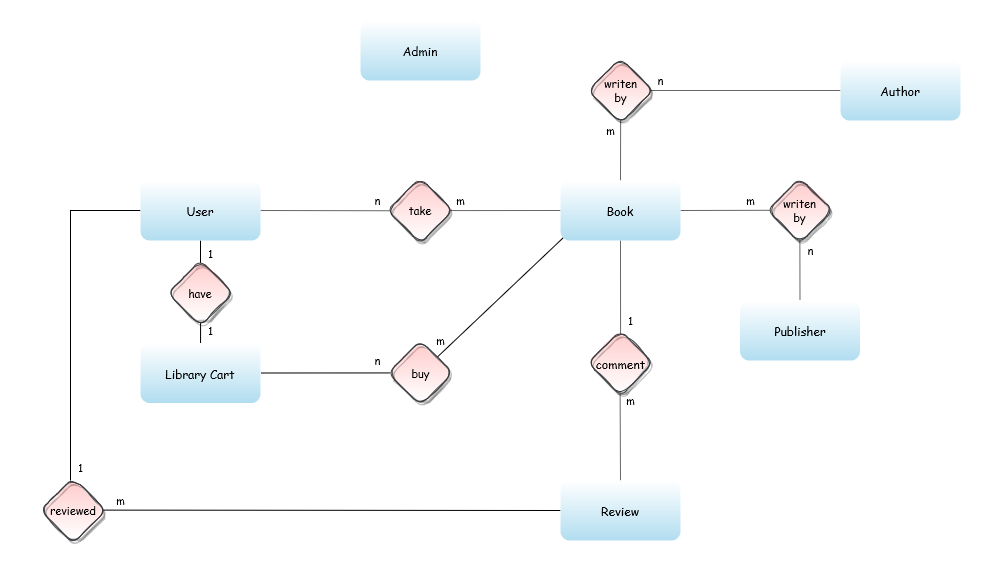
Before: ER.png, a diagram exported from draw.io (hamzajashari/Library-Managment-System). Source tidied: cells renumbered, new cells last; positions are measured from the earlier drawing's top-left corner, leaving out a move shared by most shapes. The source it was exported from:
```xml
<mxGraphModel>
  <root>
    <mxCell id="0" />
    <mxCell id="1" parent="0" />
    <mxCell id="2" style="rounded=0;whiteSpace=wrap;html=1;shadow=0;glass=0;dashed=1;labelBackgroundColor=none;labelBorderColor=none;sketch=0;fontFamily=Comic Sans MS;fontSize=11;strokeWidth=1;fillColor=#FFFFFF;gradientColor=none;gradientDirection=north;strokeColor=none;" parent="1" vertex="1">
      <mxGeometry width="990" height="570" as="geometry" />
    </mxCell>
    <mxCell id="3" style="edgeStyle=orthogonalEdgeStyle;rounded=0;jettySize=auto;html=1;labelBackgroundColor=none;labelBorderColor=none;fontFamily=Comic Sans MS;fontSize=11;endArrow=none;endFill=0;entryX=0.458;entryY=0.042;entryDx=0;entryDy=0;entryPerimeter=0;" parent="1" edge="1" target="18">
      <mxGeometry relative="1" as="geometry">
        <mxPoint x="140" y="210" as="sourcePoint" />
      </mxGeometry>
    </mxCell>
    <mxCell id="4" value="Library Cart" style="rounded=1;html=1;fillColor=#b1ddf0;fontFamily=Comic Sans MS;labelBackgroundColor=none;labelBorderColor=none;whiteSpace=wrap;spacingTop=0;strokeColor=none;gradientDirection=north;gradientColor=#ffffff;glass=0;" parent="1" vertex="1">
      <mxGeometry x="140" y="342.5" width="120" height="60" as="geometry" />
    </mxCell>
    <mxCell id="5" style="rounded=0;jettySize=auto;html=1;entryX=1;entryY=0.5;entryDx=0;entryDy=0;fillColor=#f5f5f5;strokeColor=#666666;endArrow=none;endFill=0;fontFamily=Comic Sans MS;labelBackgroundColor=none;labelBorderColor=none;spacingTop=0;exitX=0.046;exitY=0.504;exitDx=0;exitDy=0;exitPerimeter=0;" parent="1" edge="1" source="41">
      <mxGeometry relative="1" as="geometry">
        <mxPoint x="260" y="210" as="targetPoint" />
      </mxGeometry>
    </mxCell>
    <mxCell id="6" style="edgeStyle=none;rounded=0;jettySize=auto;html=1;entryX=0;entryY=0.5;entryDx=0;entryDy=0;fillColor=#f5f5f5;strokeColor=#666666;endArrow=none;endFill=0;fontFamily=Comic Sans MS;labelBackgroundColor=none;labelBorderColor=none;spacingTop=0;exitX=0.959;exitY=0.501;exitDx=0;exitDy=0;exitPerimeter=0;" parent="1" edge="1" source="41">
      <mxGeometry relative="1" as="geometry">
        <mxPoint x="560" y="210" as="targetPoint" />
      </mxGeometry>
    </mxCell>
    <mxCell id="7" style="edgeStyle=none;rounded=0;jettySize=auto;html=1;entryX=0.5;entryY=0;entryDx=0;entryDy=0;exitX=0.502;exitY=0.946;exitDx=0;exitDy=0;fillColor=#f5f5f5;strokeColor=#666666;endArrow=none;endFill=0;fontFamily=Comic Sans MS;labelBackgroundColor=none;labelBorderColor=none;spacingTop=0;exitPerimeter=0;" parent="1" edge="1" source="42">
      <mxGeometry relative="1" as="geometry">
        <mxPoint x="620" y="180" as="targetPoint" />
      </mxGeometry>
    </mxCell>
    <mxCell id="8" style="edgeStyle=none;rounded=0;jettySize=auto;html=1;entryX=0;entryY=0.5;entryDx=0;entryDy=0;fillColor=#f5f5f5;strokeColor=#666666;endArrow=none;endFill=0;fontFamily=Comic Sans MS;labelBackgroundColor=none;labelBorderColor=none;spacingTop=0;exitX=0.968;exitY=0.5;exitDx=0;exitDy=0;exitPerimeter=0;" parent="1" edge="1" source="42">
      <mxGeometry relative="1" as="geometry">
        <mxPoint x="840" y="90" as="targetPoint" />
      </mxGeometry>
    </mxCell>
    <mxCell id="9" style="edgeStyle=none;rounded=0;jettySize=auto;html=1;entryX=1;entryY=0.5;entryDx=0;entryDy=0;fillColor=#f5f5f5;strokeColor=#666666;endArrow=none;endFill=0;fontFamily=Comic Sans MS;labelBackgroundColor=none;labelBorderColor=none;spacingTop=0;exitX=0.044;exitY=0.497;exitDx=0;exitDy=0;exitPerimeter=0;" parent="1" edge="1" source="43">
      <mxGeometry relative="1" as="geometry">
        <mxPoint x="680" y="210" as="targetPoint" />
      </mxGeometry>
    </mxCell>
    <mxCell id="10" style="edgeStyle=none;rounded=0;jettySize=auto;html=1;entryX=0.5;entryY=0;entryDx=0;entryDy=0;fillColor=#f5f5f5;strokeColor=#666666;endArrow=none;endFill=0;fontFamily=Comic Sans MS;labelBackgroundColor=none;labelBorderColor=none;spacingTop=0;exitX=0.498;exitY=0.959;exitDx=0;exitDy=0;exitPerimeter=0;" parent="1" edge="1" source="43">
      <mxGeometry relative="1" as="geometry">
        <mxPoint x="799.5" y="300" as="targetPoint" />
      </mxGeometry>
    </mxCell>
    <mxCell id="11" style="edgeStyle=none;rounded=0;jettySize=auto;html=1;entryX=0.5;entryY=1;entryDx=0;entryDy=0;fillColor=#f5f5f5;strokeColor=#666666;endArrow=none;endFill=0;fontFamily=Comic Sans MS;labelBackgroundColor=none;labelBorderColor=none;spacingTop=0;exitX=0.501;exitY=0.058;exitDx=0;exitDy=0;exitPerimeter=0;" parent="1" edge="1" source="44">
      <mxGeometry relative="1" as="geometry">
        <mxPoint x="620" y="240" as="targetPoint" />
      </mxGeometry>
    </mxCell>
    <mxCell id="12" style="edgeStyle=none;rounded=0;jettySize=auto;html=1;entryX=0.5;entryY=0;entryDx=0;entryDy=0;fillColor=#f5f5f5;strokeColor=#666666;endArrow=none;endFill=0;fontFamily=Comic Sans MS;labelBackgroundColor=none;labelBorderColor=none;spacingTop=0;exitX=0.494;exitY=0.964;exitDx=0;exitDy=0;exitPerimeter=0;" parent="1" edge="1" source="44">
      <mxGeometry relative="1" as="geometry">
        <mxPoint x="620" y="480" as="targetPoint" />
      </mxGeometry>
    </mxCell>
    <mxCell id="13" style="edgeStyle=none;rounded=0;jettySize=auto;html=1;entryX=0.024;entryY=0.952;entryDx=0;entryDy=0;labelBackgroundColor=none;labelBorderColor=none;fontFamily=Comic Sans MS;endArrow=none;endFill=0;entryPerimeter=0;" parent="1" edge="1" target="38">
      <mxGeometry relative="1" as="geometry">
        <mxPoint x="436.7" y="356.7" as="sourcePoint" />
      </mxGeometry>
    </mxCell>
    <mxCell id="14" style="edgeStyle=none;rounded=0;jettySize=auto;html=1;entryX=1;entryY=0.5;entryDx=0;entryDy=0;labelBackgroundColor=none;labelBorderColor=none;fontFamily=Comic Sans MS;endArrow=none;endFill=0;exitX=0.039;exitY=0.499;exitDx=0;exitDy=0;exitPerimeter=0;" parent="1" edge="1" source="39" target="4">
      <mxGeometry relative="1" as="geometry" />
    </mxCell>
    <mxCell id="15" style="edgeStyle=none;rounded=0;jettySize=auto;html=1;labelBackgroundColor=none;labelBorderColor=none;fontFamily=Comic Sans MS;endArrow=none;endFill=0;exitX=0.004;exitY=0.124;exitDx=0;exitDy=0;exitPerimeter=0;" parent="1" edge="1" source="29" target="4">
      <mxGeometry relative="1" as="geometry" />
    </mxCell>
    <mxCell id="16" style="edgeStyle=none;rounded=0;jettySize=auto;html=1;labelBackgroundColor=none;labelBorderColor=none;fontFamily=Comic Sans MS;endArrow=none;endFill=0;exitX=0;exitY=0.989;exitDx=0;exitDy=0;exitPerimeter=0;" parent="1" edge="1" source="30">
      <mxGeometry relative="1" as="geometry">
        <mxPoint x="200" y="240" as="targetPoint" />
      </mxGeometry>
    </mxCell>
    <mxCell id="17" style="edgeStyle=none;rounded=0;jettySize=auto;html=1;labelBackgroundColor=none;labelBorderColor=none;fontFamily=Comic Sans MS;fontSize=11;endArrow=none;endFill=0;exitX=0.946;exitY=0.494;exitDx=0;exitDy=0;exitPerimeter=0;" parent="1" edge="1" source="18">
      <mxGeometry relative="1" as="geometry">
        <mxPoint x="560" y="510" as="targetPoint" />
      </mxGeometry>
    </mxCell>
    <mxCell id="18" value="reviewed" style="rhombus;html=1;fillColor=#ffcccc;strokeColor=#36393d;fontFamily=Comic Sans MS;labelBackgroundColor=none;labelBorderColor=none;whiteSpace=wrap;spacingTop=0;fontSize=11;rounded=1;shadow=1;sketch=1;gradientColor=#ffffff;" parent="1" vertex="1">
      <mxGeometry x="40" y="477.2" width="65.5" height="65.5" as="geometry" />
    </mxCell>
    <mxCell id="19" value="n" style="text;html=1;align=center;verticalAlign=middle;strokeColor=none;fillColor=none;fontSize=11;fontFamily=Comic Sans MS;" parent="1" vertex="1">
      <mxGeometry x="650" y="70" width="20" height="20" as="geometry" />
    </mxCell>
    <mxCell id="20" value="m" style="text;html=1;align=center;verticalAlign=middle;strokeColor=none;fillColor=none;fontSize=11;fontFamily=Comic Sans MS;" parent="1" vertex="1">
      <mxGeometry x="600" y="120" width="20" height="20" as="geometry" />
    </mxCell>
    <mxCell id="21" value="m" style="text;html=1;align=center;verticalAlign=middle;strokeColor=none;fillColor=none;fontSize=11;fontFamily=Comic Sans MS;" parent="1" vertex="1">
      <mxGeometry x="740" y="190" width="20" height="20" as="geometry" />
    </mxCell>
    <mxCell id="22" value="n" style="text;html=1;align=center;verticalAlign=middle;strokeColor=none;fillColor=none;fontSize=11;fontFamily=Comic Sans MS;" parent="1" vertex="1">
      <mxGeometry x="800" y="240" width="20" height="20" as="geometry" />
    </mxCell>
    <mxCell id="23" value="m" style="text;html=1;align=center;verticalAlign=middle;strokeColor=none;fillColor=none;fontSize=11;fontFamily=Comic Sans MS;" parent="1" vertex="1">
      <mxGeometry x="620" y="390" width="20" height="20" as="geometry" />
    </mxCell>
    <mxCell id="24" value="1" style="text;html=1;align=center;verticalAlign=middle;strokeColor=none;fillColor=none;fontSize=11;fontFamily=Comic Sans MS;" parent="1" vertex="1">
      <mxGeometry x="620" y="310" width="20" height="20" as="geometry" />
    </mxCell>
    <mxCell id="25" value="m" style="text;html=1;align=center;verticalAlign=middle;strokeColor=none;fillColor=none;fontSize=11;fontFamily=Comic Sans MS;" parent="1" vertex="1">
      <mxGeometry x="450" y="190" width="20" height="20" as="geometry" />
    </mxCell>
    <mxCell id="26" value="n" style="text;html=1;align=center;verticalAlign=middle;strokeColor=none;fillColor=none;fontSize=11;fontFamily=Comic Sans MS;" parent="1" vertex="1">
      <mxGeometry x="367" y="190" width="20" height="20" as="geometry" />
    </mxCell>
    <mxCell id="27" value="m" style="text;html=1;align=center;verticalAlign=middle;strokeColor=none;fillColor=none;fontSize=11;fontFamily=Comic Sans MS;" parent="1" vertex="1">
      <mxGeometry x="430" y="330" width="20" height="20" as="geometry" />
    </mxCell>
    <mxCell id="28" value="n" style="text;html=1;align=center;verticalAlign=middle;strokeColor=none;fillColor=none;fontSize=11;fontFamily=Comic Sans MS;" parent="1" vertex="1">
      <mxGeometry x="367" y="350" width="20" height="20" as="geometry" />
    </mxCell>
    <mxCell id="29" value="1" style="text;html=1;align=center;verticalAlign=middle;points=[];strokeColor=none;fillColor=none;fontSize=11;fontFamily=Comic Sans MS;" parent="1" vertex="1">
      <mxGeometry x="200" y="320" width="20" height="20" as="geometry" />
    </mxCell>
    <mxCell id="30" value="1" style="text;html=1;align=center;verticalAlign=middle;points=[];strokeColor=none;fillColor=none;fontSize=11;fontFamily=Comic Sans MS;" parent="1" vertex="1">
      <mxGeometry x="200" y="242.8" width="20" height="20" as="geometry" />
    </mxCell>
    <mxCell id="31" value="m" style="text;html=1;align=center;verticalAlign=middle;strokeColor=none;fillColor=none;fontSize=11;fontFamily=Comic Sans MS;" parent="1" vertex="1">
      <mxGeometry x="110" y="490" width="20" height="20" as="geometry" />
    </mxCell>
    <mxCell id="32" value="1" style="text;html=1;align=center;verticalAlign=middle;strokeColor=none;fillColor=none;fontSize=11;fontFamily=Comic Sans MS;" parent="1" vertex="1">
      <mxGeometry x="70" y="457.2" width="20" height="20" as="geometry" />
    </mxCell>
    <mxCell id="33" value="Author" style="rounded=1;html=1;fillColor=#b1ddf0;fontFamily=Comic Sans MS;labelBackgroundColor=none;labelBorderColor=none;whiteSpace=wrap;spacingTop=0;strokeColor=none;gradientDirection=north;gradientColor=#ffffff;glass=0;" parent="1" vertex="1">
      <mxGeometry x="840" y="60" width="120" height="60" as="geometry" />
    </mxCell>
    <mxCell id="34" value="&lt;div&gt;Admin&lt;/div&gt;" style="rounded=1;html=1;fillColor=#b1ddf0;fontFamily=Comic Sans MS;labelBackgroundColor=none;labelBorderColor=none;whiteSpace=wrap;spacingTop=0;strokeColor=none;gradientDirection=north;gradientColor=#ffffff;glass=0;" parent="1" vertex="1">
      <mxGeometry x="360" y="20" width="120" height="60" as="geometry" />
    </mxCell>
    <mxCell id="35" value="User" style="rounded=1;html=1;fillColor=#b1ddf0;fontFamily=Comic Sans MS;labelBackgroundColor=none;labelBorderColor=none;whiteSpace=wrap;spacingTop=0;strokeColor=none;gradientDirection=north;gradientColor=#ffffff;glass=0;" parent="1" vertex="1">
      <mxGeometry x="140" y="180" width="120" height="60" as="geometry" />
    </mxCell>
    <mxCell id="36" value="Review" style="html=1;fillColor=#b1ddf0;strokeColor=none;fontFamily=Comic Sans MS;labelBackgroundColor=none;labelBorderColor=none;whiteSpace=wrap;spacingTop=0;gradientDirection=north;rounded=1;gradientColor=#ffffff;glass=0;" parent="1" vertex="1">
      <mxGeometry x="560" y="480" width="120" height="60" as="geometry" />
    </mxCell>
    <mxCell id="37" value="Publisher" style="rounded=1;html=1;fillColor=#b1ddf0;fontFamily=Comic Sans MS;labelBackgroundColor=none;labelBorderColor=none;whiteSpace=wrap;spacingTop=0;strokeColor=none;gradientDirection=north;gradientColor=#ffffff;glass=0;" parent="1" vertex="1">
      <mxGeometry x="739.5" y="300" width="120" height="60" as="geometry" />
    </mxCell>
    <mxCell id="38" value="Book" style="rounded=1;html=1;fillColor=#b1ddf0;fontFamily=Comic Sans MS;labelBackgroundColor=none;labelBorderColor=none;whiteSpace=wrap;spacingTop=0;strokeColor=none;gradientDirection=north;gradientColor=#ffffff;glass=0;" parent="1" vertex="1">
      <mxGeometry x="560" y="180" width="120" height="60" as="geometry" />
    </mxCell>
    <mxCell id="39" value="buy" style="rhombus;html=1;fillColor=#ffcccc;strokeColor=#36393d;fontFamily=Comic Sans MS;labelBackgroundColor=none;labelBorderColor=none;whiteSpace=wrap;spacingTop=0;fontSize=11;rounded=1;shadow=1;sketch=1;gradientColor=#ffffff;" parent="1" vertex="1">
      <mxGeometry x="387.5" y="340" width="65" height="65" as="geometry" />
    </mxCell>
    <mxCell id="40" value="have" style="rhombus;html=1;fillColor=#ffcccc;strokeColor=#36393d;fontFamily=Comic Sans MS;labelBackgroundColor=none;labelBorderColor=none;whiteSpace=wrap;spacingTop=0;fontSize=11;rounded=1;shadow=1;sketch=1;gradientColor=#ffffff;" parent="1" vertex="1">
      <mxGeometry x="167.2" y="260" width="65.5" height="65.5" as="geometry" />
    </mxCell>
    <mxCell id="41" value="take" style="rhombus;html=1;fillColor=#ffcccc;strokeColor=#36393d;fontFamily=Comic Sans MS;labelBackgroundColor=none;labelBorderColor=none;whiteSpace=wrap;spacingTop=0;fontSize=11;rounded=1;shadow=1;sketch=1;gradientColor=#ffffff;" parent="1" vertex="1">
      <mxGeometry x="387" y="177.2" width="65.5" height="65.5" as="geometry" />
    </mxCell>
    <mxCell id="42" value="&lt;div style=&quot;font-size: 11px;&quot;&gt;writen&lt;/div&gt;&lt;div style=&quot;font-size: 11px;&quot;&gt;by&lt;br style=&quot;font-size: 11px;&quot;&gt;&lt;/div&gt;" style="rhombus;html=1;fillColor=#ffcccc;strokeColor=#36393d;fontFamily=Comic Sans MS;labelBackgroundColor=none;labelBorderColor=none;whiteSpace=wrap;spacingTop=0;fontSize=11;rounded=1;shadow=1;sketch=1;gradientColor=#ffffff;" parent="1" vertex="1">
      <mxGeometry x="587.5" y="57.5" width="65" height="65" as="geometry" />
    </mxCell>
    <mxCell id="43" value="&lt;div style=&quot;font-size: 11px;&quot;&gt;writen&lt;/div&gt;by" style="rhombus;html=1;fillColor=#ffcccc;strokeColor=#36393d;fontFamily=Comic Sans MS;labelBackgroundColor=none;labelBorderColor=none;whiteSpace=wrap;spacingTop=0;fontSize=11;rounded=1;shadow=1;sketch=1;gradientColor=#ffffff;" parent="1" vertex="1">
      <mxGeometry x="767" y="177.5" width="65" height="65" as="geometry" />
    </mxCell>
    <mxCell id="44" value="comment" style="rhombus;html=1;fillColor=#ffcccc;strokeColor=#36393d;fontFamily=Comic Sans MS;labelBackgroundColor=none;labelBorderColor=none;whiteSpace=wrap;spacingTop=0;rounded=1;shadow=1;sketch=1;gradientColor=#ffffff;" parent="1" vertex="1">
      <mxGeometry x="587.5" y="330" width="65" height="65" as="geometry" />
    </mxCell>
  </root>
</mxGraphModel>
```
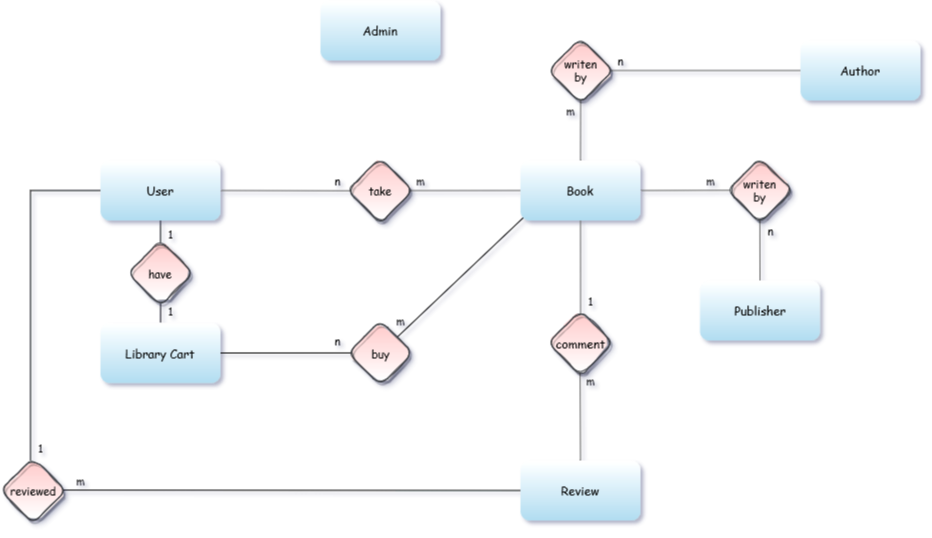
Above is the later version.

Change to the diagram source:
```diff
@@ -1,10 +1,7 @@
-<mxGraphModel>
+<mxGraphModel background="#ffffff" shadow="1">
   <root>
     <mxCell id="0" />
     <mxCell id="1" parent="0" />
-    <mxCell id="2" style="rounded=0;whiteSpace=wrap;html=1;shadow=0;glass=0;dashed=1;labelBackgroundColor=none;labelBorderColor=none;sketch=0;fontFamily=Comic Sans MS;fontSize=11;strokeWidth=1;fillColor=#FFFFFF;gradientColor=none;gradientDirection=north;strokeColor=none;" parent="1" vertex="1">
-      <mxGeometry width="990" height="570" as="geometry" />
-    </mxCell>
     <mxCell id="3" style="edgeStyle=orthogonalEdgeStyle;rounded=0;jettySize=auto;html=1;labelBackgroundColor=none;labelBorderColor=none;fontFamily=Comic Sans MS;fontSize=11;endArrow=none;endFill=0;entryX=0.458;entryY=0.042;entryDx=0;entryDy=0;entryPerimeter=0;" parent="1" edge="1" target="18">
       <mxGeometry relative="1" as="geometry">
         <mxPoint x="140" y="210" as="sourcePoint" />
```
